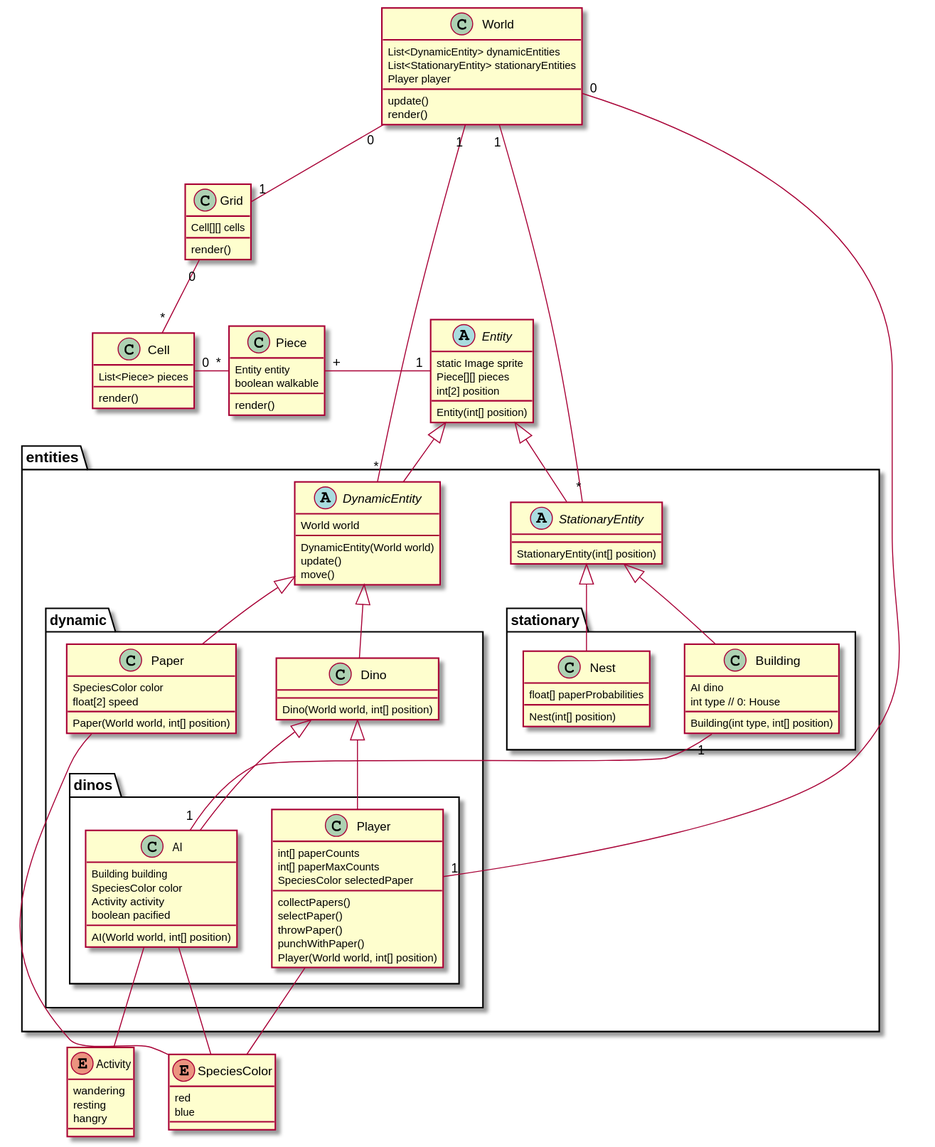
This is doc/classes.svg from BigDinoTeam/tgj-paper-dino, a PlantUML export, as it was before one commit.
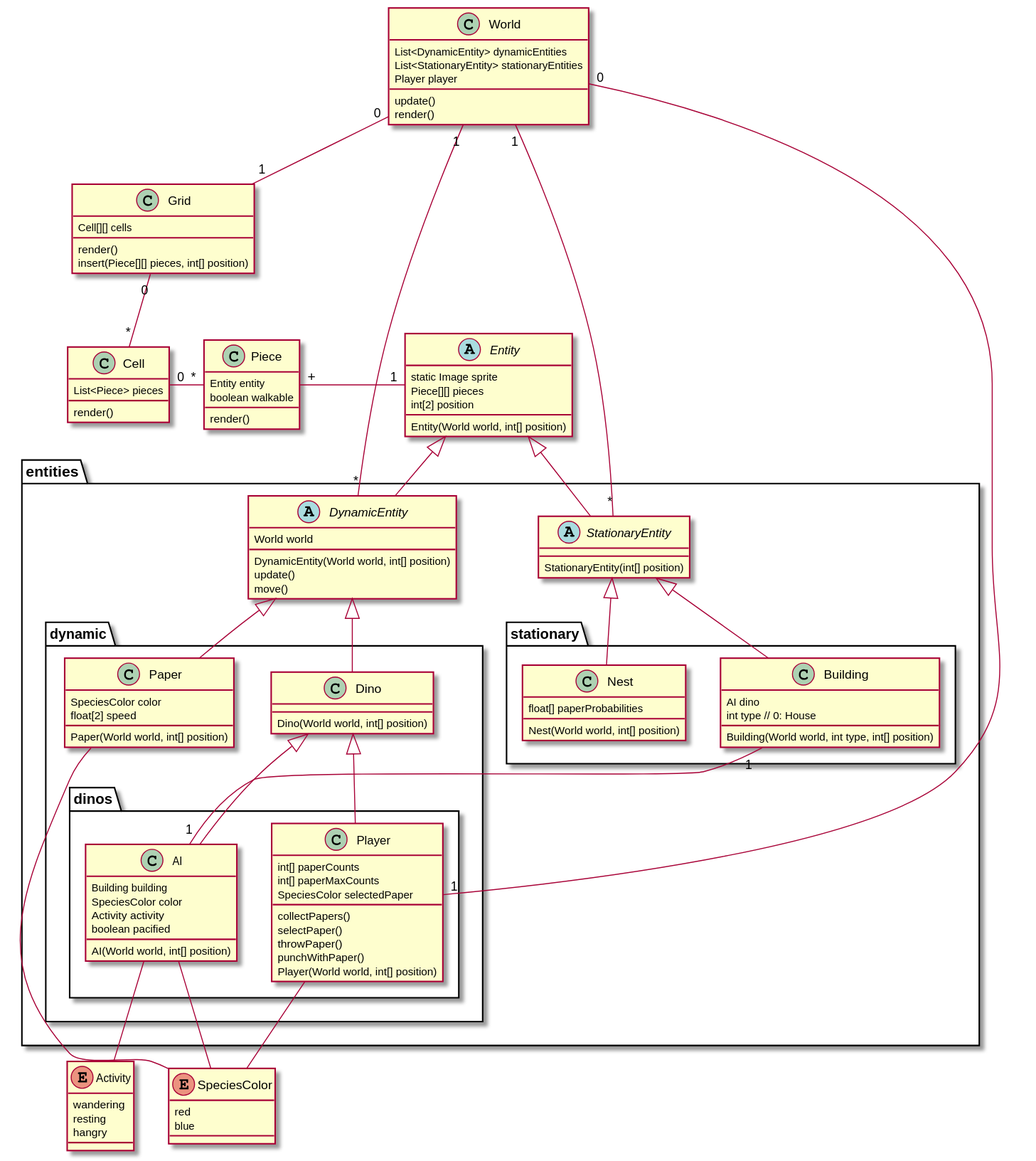
After the commit.

Commit message:
Méthode d'insert de pièces

Diff of the diagram source:
```diff
@@ -11,6 +11,7 @@
 class Grid {
 	Cell[][] cells
 	render()
+	 insert(Piece[][] pieces, int[] position)
 }
 
 class Cell {
@@ -28,7 +29,7 @@
 	static Image sprite
 	Piece[][] pieces
 	int[2] position
-	Entity(int[] position)
+	Entity(World world, int[] position)
 }
 
 package entities{
@@ -39,21 +40,21 @@
 
 	package stationary {
 		class Nest extends StationaryEntity {
-			Nest(int[] position)
+			Nest(World world, int[] position)
 			float[] paperProbabilities
 		}
 
 		class Building extends StationaryEntity {
 			AI dino
 			int type // 0: House
-			Building(int type, int[] position)
+			Building(World world, int type, int[] position)
 		}
 	}
 
 
 	abstract class DynamicEntity extends Entity {
 		World world
-		DynamicEntity(World world)
+		DynamicEntity(World world, int[] position)
 		update()
 		move()
 	}
```
